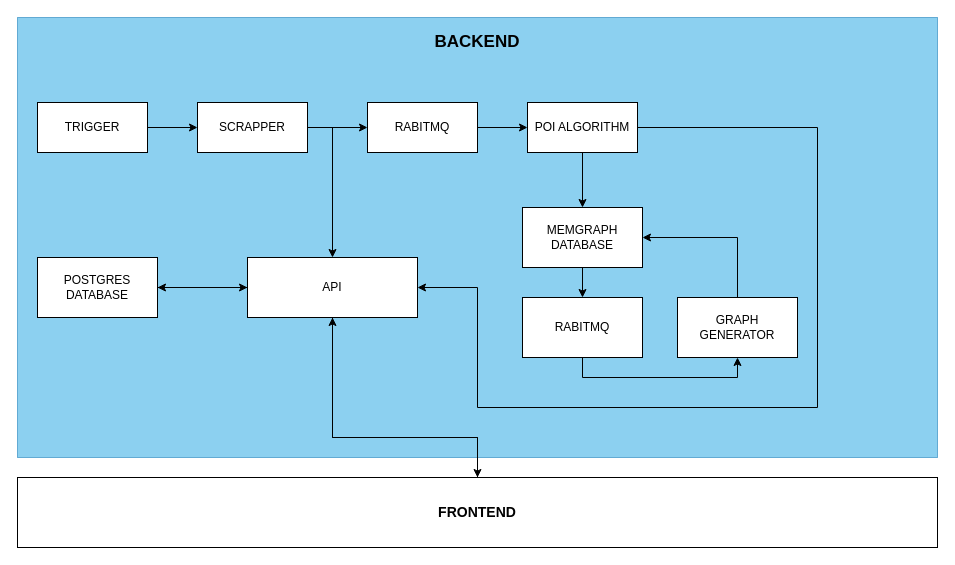
Before: img/Dataflow-simplified.drawio in M1A5TO/Backend, a draw.io diagram. Source tidied: cells renumbered, new cells numbered last; positions are measured from the earlier drawing's top-left corner, leaving out a move shared by most shapes. Both pictures are drawn from the tidied source at 100%, with x=0, y=0 at pixel (17, 17).
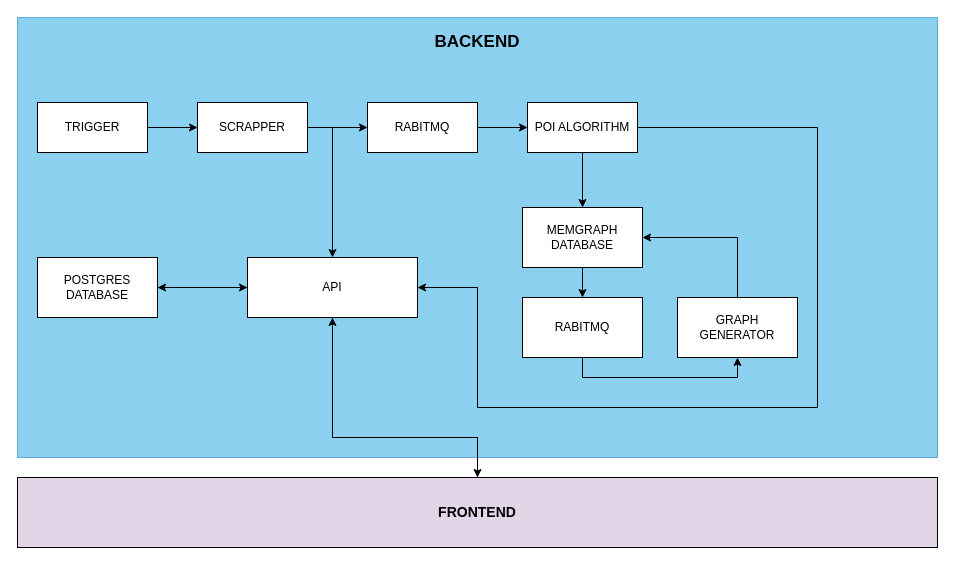
After the change.

What changed in the source:
```diff
@@
-    <mxCell id="13" value="&lt;b&gt;&lt;font style=&quot;font-size: 14px;&quot;&gt;FRONTEND&lt;/font&gt;&lt;/b&gt;" style="rounded=0;whiteSpace=wrap;html=1;" parent="1" vertex="1">
+    <mxCell id="13" value="&lt;b&gt;&lt;font style=&quot;font-size: 14px;&quot;&gt;FRONTEND&lt;/font&gt;&lt;/b&gt;" style="rounded=0;whiteSpace=wrap;html=1;fillColor=#E1D5E7;" parent="1" vertex="1">
       <mxGeometry y="460" width="920" height="70" as="geometry" />
     </mxCell>
```
